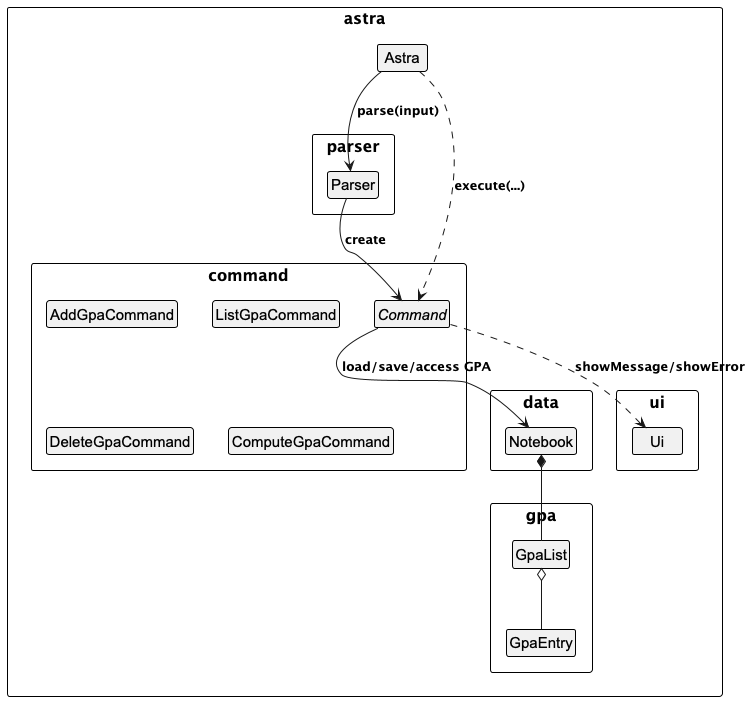
Earlier version of the PlantUML export docs/images/GPA_Arch_Class_Diagram.png (Kennahh/tp).
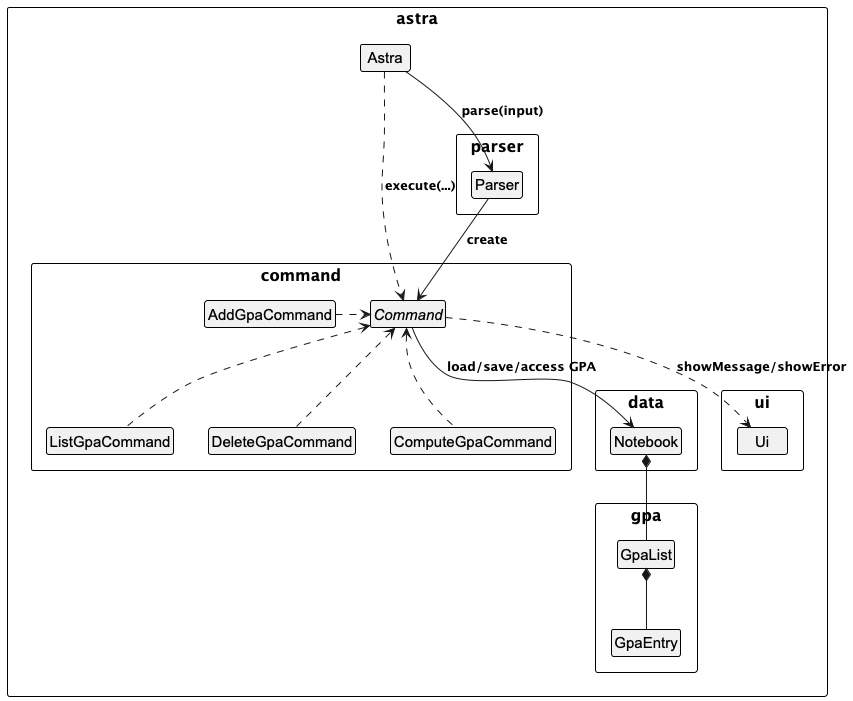
Above is the later version.

Change to the diagram source:
```diff
@@ -30,6 +30,12 @@
 Astra ..> Command : execute(...)
 Command --> Notebook : load/save/access GPA
 Notebook *-- GpaList
-GpaList o-- GpaEntry
+GpaList *-- GpaEntry
 Command ..> Ui : showMessage/showError
+
+AddGpaCommand .right.> Command
+DeleteGpaCommand .up.> Command
+ListGpaCommand .up.> Command
+ComputeGpaCommand .up.> Command
+
 @enduml
```
